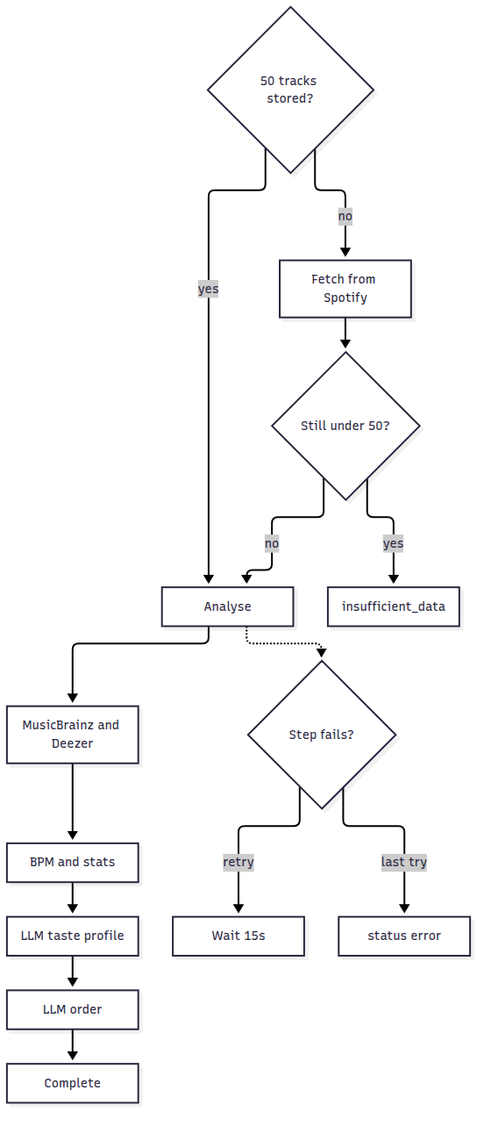
Above: docs/architecture/ingestion-workflow.png in laurence-presland/spotdonalds (Mermaid), before the change. Its source is kept beside it as docs/architecture/ingestion-workflow.mmd.
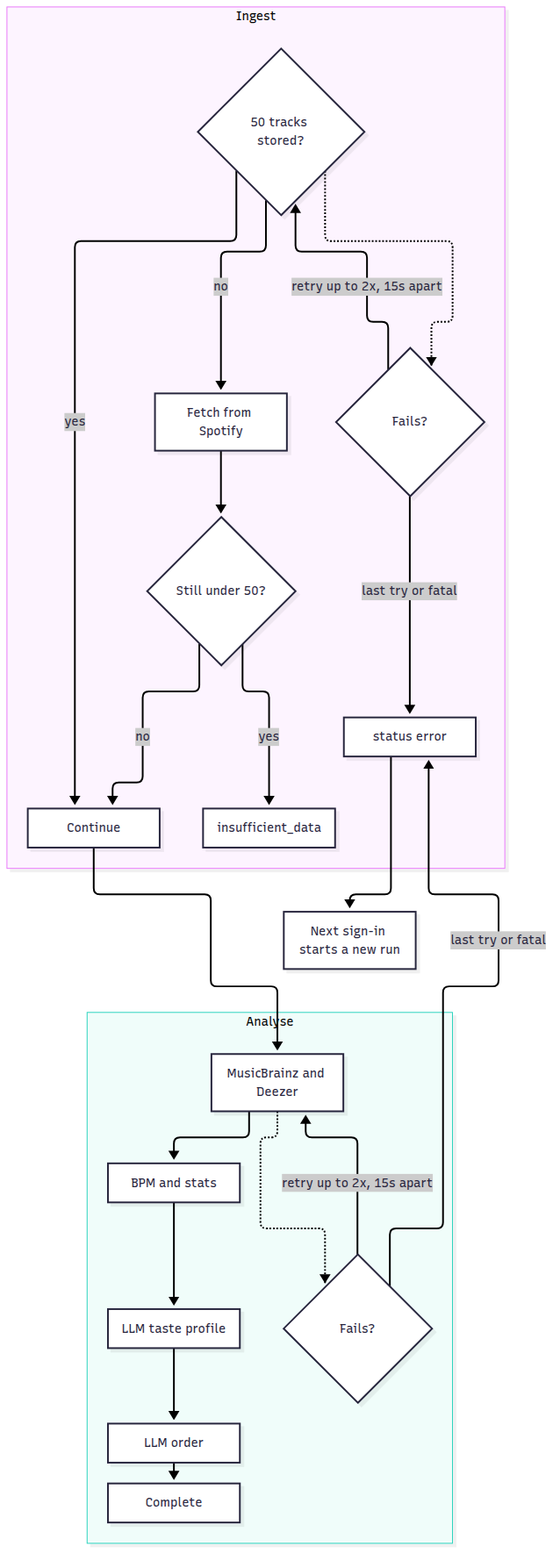
Later version of the same file.

Commit message:
Show how each workflow step retries, and note the consent screen.

The edit, as a diff of the source:
```diff
@@ -1,14 +1,22 @@
 flowchart TD
-  count{"50 tracks stored?"} -->|yes| analyse
-  count -->|no| fetch["Fetch from Spotify"]
-  fetch --> still{"Still under 50?"}
-  still -->|yes| short["insufficient_data"]
-  still -->|no| analyse["Analyse"]
-  analyse --> enrich["MusicBrainz and Deezer"]
-  enrich --> stats["BPM and stats"]
-  stats --> profile["LLM taste profile"]
-  profile --> order["LLM order"]
-  order --> done["Complete"]
-  analyse -.-> fail{"Step fails?"}
-  fail -->|retry| again["Wait 15s"]
-  fail -->|last try| stop["status error"]
+  subgraph ingest["Ingest"]
+    count{"50 tracks stored?"} -->|yes| go["Continue"]
+    count -->|no| fetch["Fetch from Spotify"]
+    fetch --> still{"Still under 50?"}
+    still -->|yes| short["insufficient_data"]
+    still -->|no| go
+    count -.-> iFail{"Fails?"}
+    iFail -->|retry up to 2x, 15s apart| count
+    iFail -->|last try or fatal| err["status error"]
+  end
+  go --> enrich
+  subgraph analyse["Analyse"]
+    enrich["MusicBrainz and Deezer"] --> stats["BPM and stats"]
+    stats --> profile["LLM taste profile"]
+    profile --> order["LLM order"]
+    order --> done["Complete"]
+    enrich -.-> aFail{"Fails?"}
+    aFail -->|retry up to 2x, 15s apart| enrich
+    aFail -->|last try or fatal| err
+  end
+  err --> next["Next sign-in starts a new run"]
```
